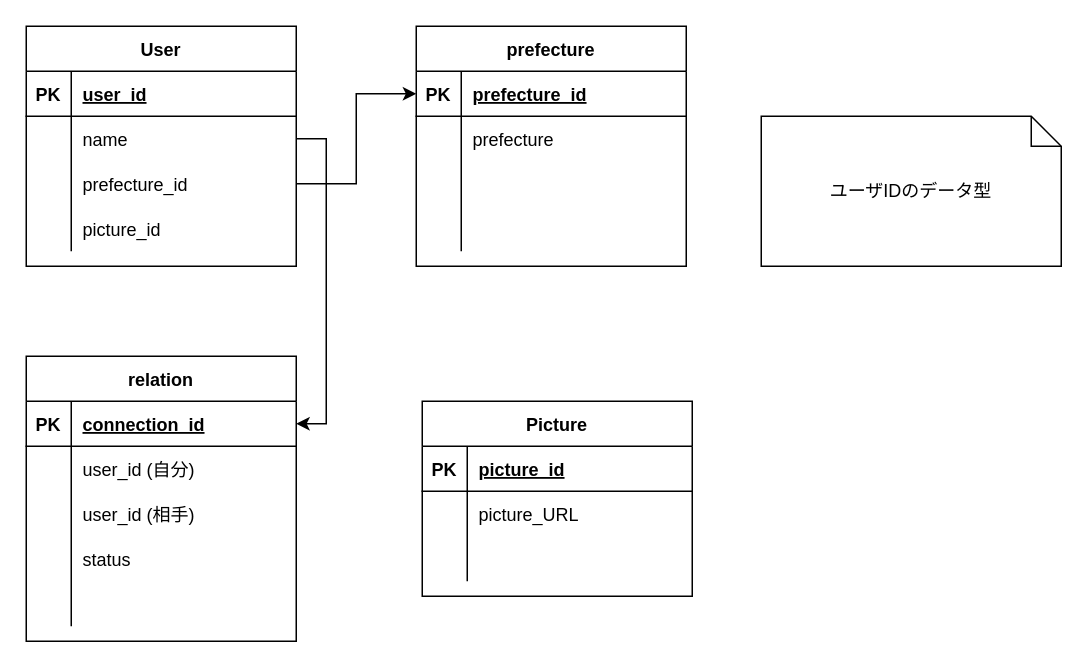
alex64Doby/HackU keeps this draw.io diagram as HackU_DB.drawio. Above is the earlier version. Source tidied: cells renumbered, new cells numbered last; positions are measured from the earlier drawing's top-left corner, leaving out a move shared by most shapes. Both pictures are drawn from the tidied source at 150%, with x=0, y=0 at pixel (26, 26).
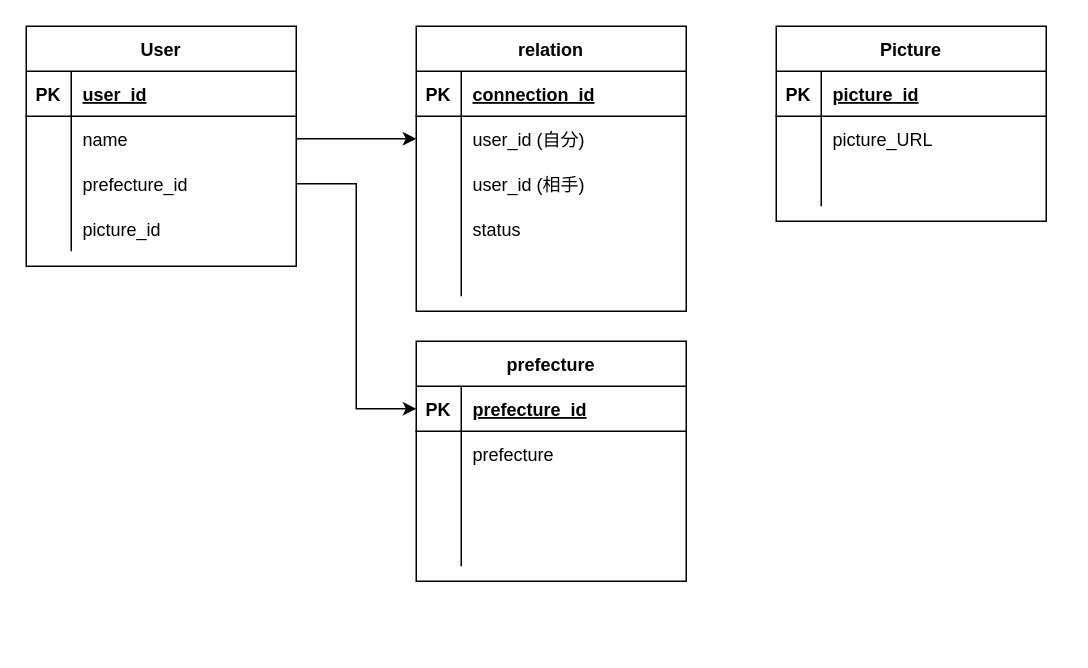
The same diagram, later.

Unchanged cells that the change refers to:
```xml
<mxCell id="6" style="shape=tableRow;horizontal=0;startSize=0;swimlaneHead=0;swimlaneBody=0;fillColor=none;points=[[0,0.5],[1,0.5]];portConstraint=eastwest;top=0;left=0;right=0;bottom=0;" parent="2" vertex="1">
  <mxGeometry y="60" width="180" height="30" as="geometry" />
</mxCell>
<mxCell id="30" style="shape=tableRow;horizontal=0;startSize=0;swimlaneHead=0;swimlaneBody=0;fillColor=none;points=[[0,0.5],[1,0.5]];portConstraint=eastwest;top=0;left=0;right=0;bottom=1;" parent="29" vertex="1">
  <mxGeometry y="30" width="180" height="30" as="geometry" />
</mxCell>
<mxCell id="33" style="shape=tableRow;horizontal=0;startSize=0;swimlaneHead=0;swimlaneBody=0;fillColor=none;points=[[0,0.5],[1,0.5]];portConstraint=eastwest;top=0;left=0;right=0;bottom=0;" parent="29" vertex="1">
  <mxGeometry y="60" width="180" height="30" as="geometry" />
</mxCell>
```

What changed in the source:
```diff
@@
     <mxCell id="15" value="prefecture" style="shape=table;startSize=30;childLayout=tableLayout;rowLines=0;fontStyle=1;align=center;" parent="1" vertex="1">
-      <mxGeometry x="260" width="180" height="160" as="geometry" />
+      <mxGeometry x="260" y="210" width="180" height="160" as="geometry" />
     </mxCell>
@@
     <mxCell id="29" value="relation" style="shape=table;startSize=30;childLayout=tableLayout;rowLines=0;fontStyle=1;align=center;" parent="1" vertex="1">
-      <mxGeometry y="220" width="180" height="190" as="geometry" />
+      <mxGeometry x="260" width="180" height="190" as="geometry" />
     </mxCell>
@@
-    <mxCell id="45" style="edgeStyle=orthogonalEdgeStyle;rounded=0;jettySize=auto;html=1;exitX=1;exitY=0.5;exitDx=0;exitDy=0;entryX=1;entryY=0.5;entryDx=0;entryDy=0;" parent="1" edge="1" source="6" target="30">
-      <mxGeometry relative="1" as="geometry" />
-    </mxCell>
-    <mxCell id="46" value="ユーザIDのデータ型&lt;br&gt;" style="shape=note;size=20;whiteSpace=wrap;html=1;" parent="1" vertex="1">
-      <mxGeometry x="490" y="60" width="200" height="100" as="geometry" />
-    </mxCell>
     <mxCell id="47" value="Picture" style="shape=table;startSize=30;childLayout=tableLayout;rowLines=0;fontStyle=1;align=center;" parent="1" vertex="1">
-      <mxGeometry x="264" y="250" width="180" height="130" as="geometry" />
+      <mxGeometry x="500" width="180" height="130" as="geometry" />
     </mxCell>
@@
+    <mxCell id="57" style="edgeStyle=orthogonalEdgeStyle;rounded=0;jettySize=auto;html=1;exitX=1;exitY=0.5;exitDx=0;exitDy=0;entryX=0;entryY=0.5;entryDx=0;entryDy=0;" parent="1" edge="1" source="6" target="33">
+      <mxGeometry relative="1" as="geometry" />
+    </mxCell>
```
